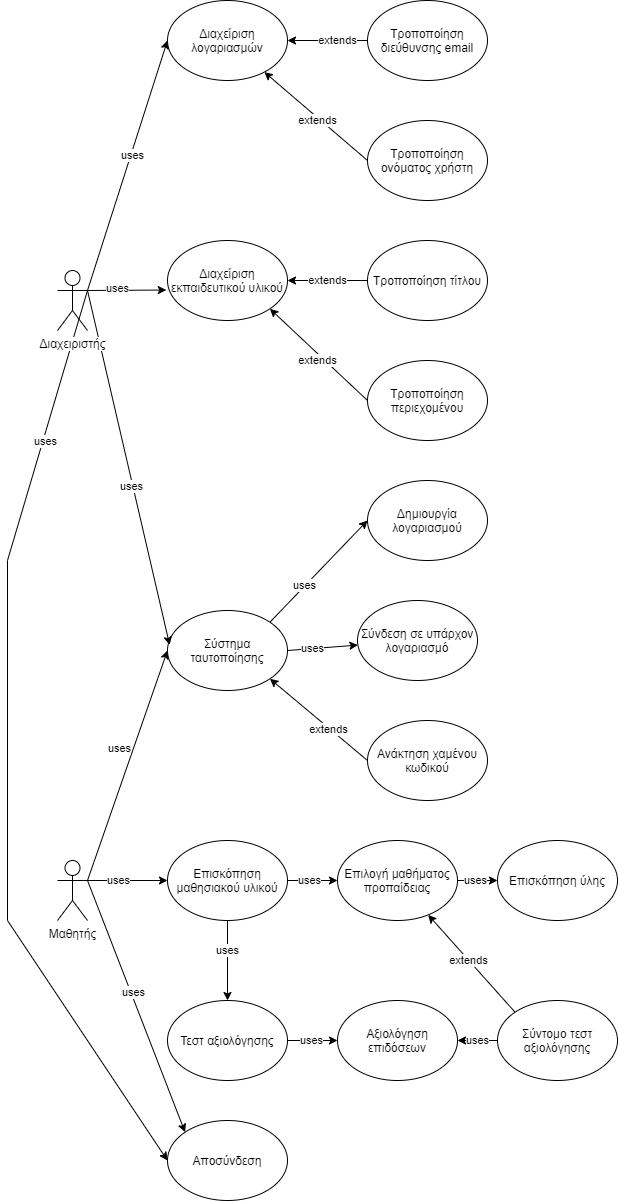
Earlier version of the draw.io export docs/diagrams/3_use_case.png (ioannidis/multiplication-elearning). Source tidied: cells renumbered, new cells last; positions are measured from the earlier drawing's top-left corner, leaving out a move shared by most shapes.
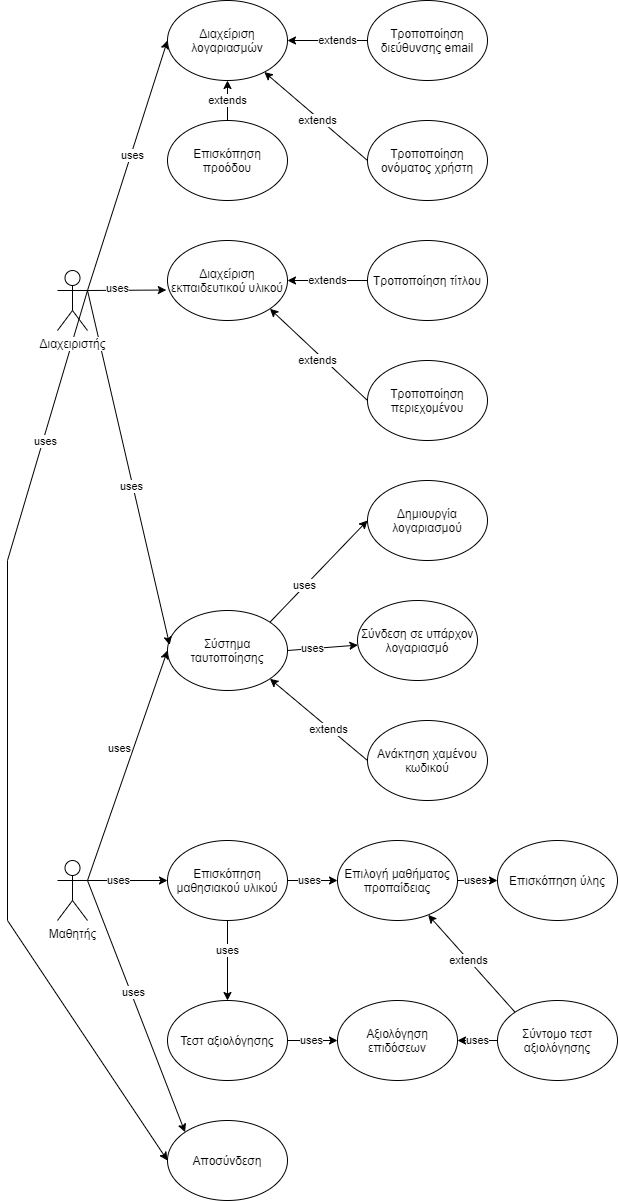
After the commit.

Commit message:
Update third use case

Diff of the diagram source:
```diff
@@ -210,5 +210,16 @@
     <mxCell id="60" value="Τροποποίηση ονόματος χρήστη" style="ellipse;whiteSpace=wrap;html=1;" parent="1" vertex="1">
       <mxGeometry x="360" y="120" width="120" height="80" as="geometry" />
     </mxCell>
+    <mxCell id="61" style="edgeStyle=none;rounded=0;jettySize=auto;html=1;exitX=0.5;exitY=0;exitDx=0;exitDy=0;entryX=0.5;entryY=1;entryDx=0;entryDy=0;" parent="1" edge="1" source="63" target="48">
+      <mxGeometry relative="1" as="geometry" />
+    </mxCell>
+    <mxCell id="62" value="extends" style="edgeLabel;html=1;align=center;verticalAlign=middle;" parent="61" vertex="1">
+      <mxGeometry x="-0.47" y="2" relative="1" as="geometry">
+        <mxPoint x="2" y="-9.2" as="offset" />
+      </mxGeometry>
+    </mxCell>
+    <mxCell id="63" value="Επισκόπηση προόδου" style="ellipse;whiteSpace=wrap;html=1;" parent="1" vertex="1">
+      <mxGeometry x="160" y="120" width="120" height="80" as="geometry" />
+    </mxCell>
   </root>
 </mxGraphModel>
```
